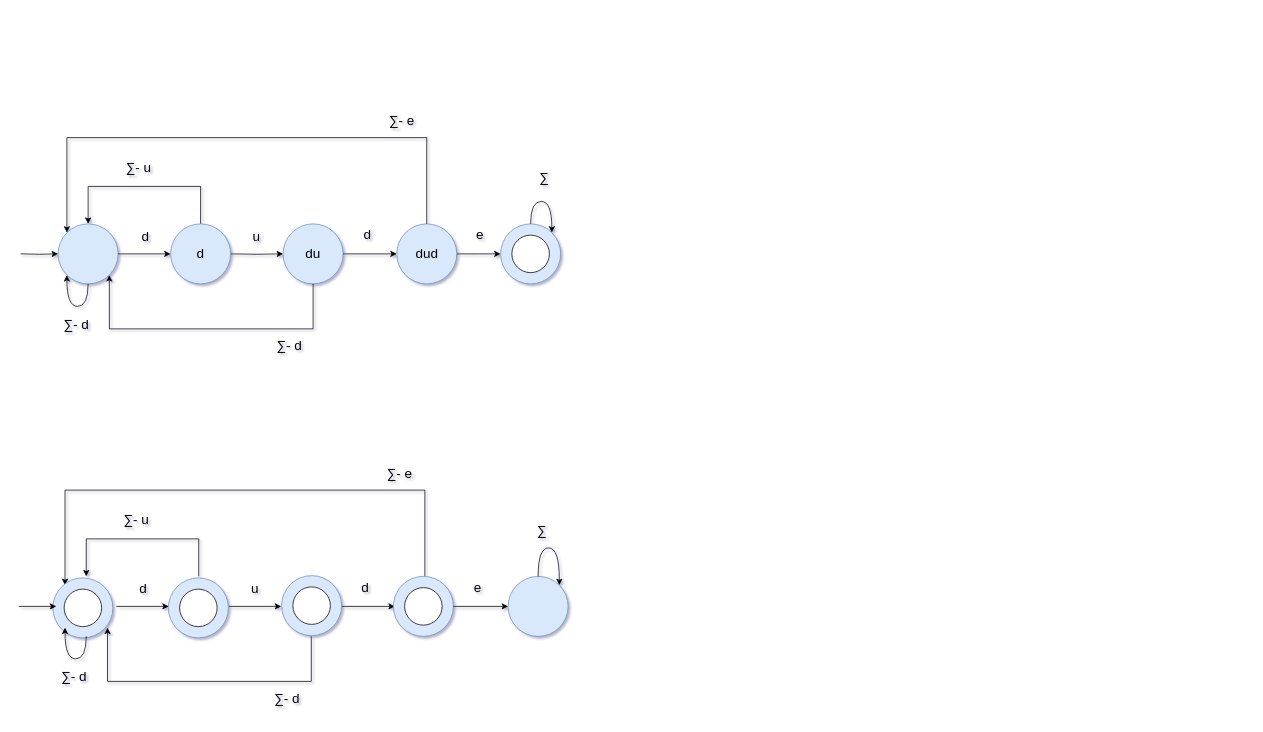
mohsenkamini/SBU_FLA keeps this draw.io diagram as HW3/diagrams.drawio. Above is the earlier version. Source tidied: cells renumbered, new cells numbered last; positions are measured from the earlier drawing's top-left corner, leaving out a move shared by most shapes. Both pictures are drawn from the tidied source at 75%, with x=0, y=0 at pixel (19, 104).
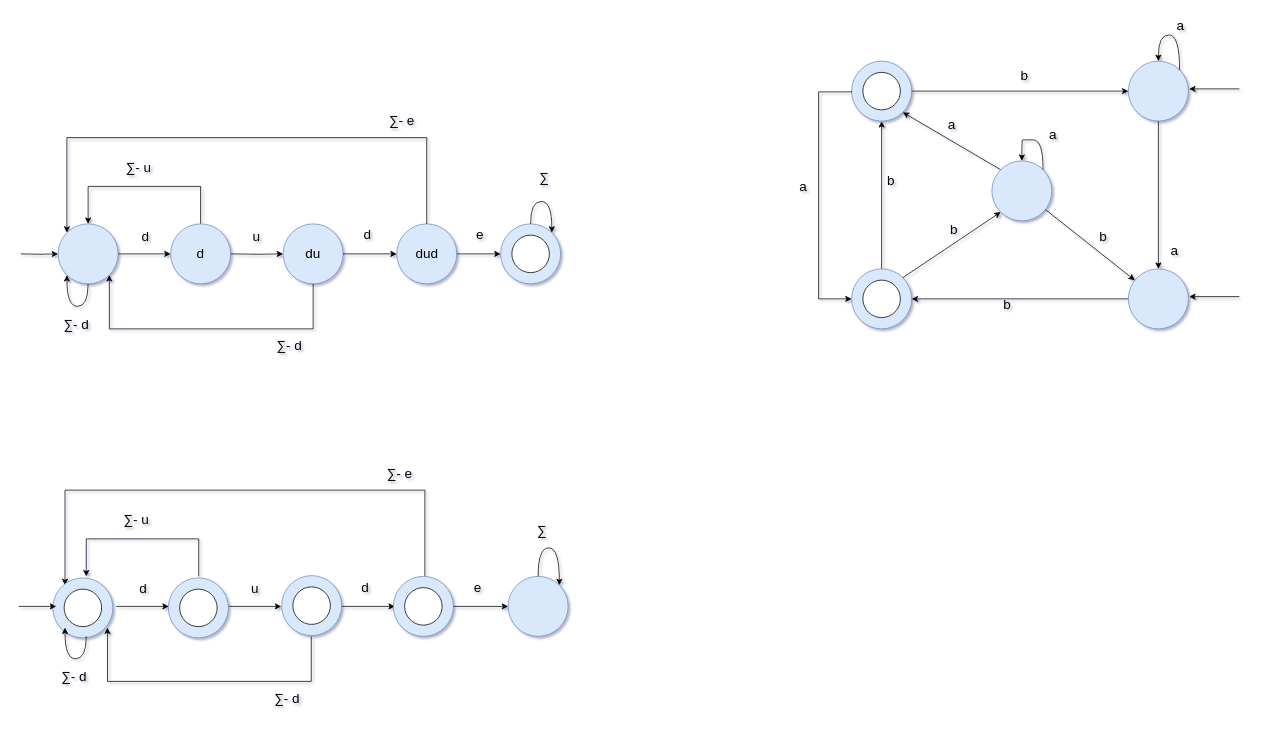
Above is the later version.

The edit, as a diff of the source:
```diff
@@
+    <mxCell id="62" style="edgeStyle=orthogonalEdgeStyle;rounded=0;jettySize=auto;html=1;exitX=1;exitY=0.5;exitDx=0;exitDy=0;" parent="1" edge="1" source="67" target="63">
+      <mxGeometry relative="1" as="geometry" />
+    </mxCell>
+    <mxCell id="63" style="ellipse;whiteSpace=wrap;html=1;hachureGap=4;fillColor=#dae8fc;strokeColor=#6c8ebf;rounded=0;fontSize=18;" parent="1" vertex="1">
+      <mxGeometry x="1479" y="-57" width="80" height="80" as="geometry" />
+    </mxCell>
+    <mxCell id="64" style="edgeStyle=orthogonalEdgeStyle;rounded=0;orthogonalLoop=1;jettySize=auto;html=1;fontSize=18;" parent="1" edge="1">
+      <mxGeometry relative="1" as="geometry">
+        <mxPoint x="1627" y="-20" as="sourcePoint" />
+        <mxPoint x="1560" y="-20" as="targetPoint" />
+      </mxGeometry>
+    </mxCell>
+    <mxCell id="65" style="rounded=0;jettySize=auto;html=1;exitX=0;exitY=0;exitDx=0;exitDy=0;entryX=1;entryY=1;entryDx=0;entryDy=0;" parent="1" edge="1" source="78" target="67">
+      <mxGeometry relative="1" as="geometry" />
+    </mxCell>
+    <mxCell id="66" style="edgeStyle=orthogonalEdgeStyle;rounded=0;jettySize=auto;html=1;exitX=0.5;exitY=0;exitDx=0;exitDy=0;" parent="1" edge="1" source="75" target="67">
+      <mxGeometry relative="1" as="geometry" />
+    </mxCell>
+    <mxCell id="67" style="ellipse;whiteSpace=wrap;html=1;hachureGap=4;fillColor=#dae8fc;strokeColor=#6c8ebf;rounded=0;fontSize=18;" parent="1" vertex="1">
+      <mxGeometry x="1110" y="-57" width="80" height="80" as="geometry" />
+    </mxCell>
+    <mxCell id="68" style="ellipse;whiteSpace=wrap;html=1;hachureGap=4;rounded=0;fontSize=18;" parent="1" vertex="1">
+      <mxGeometry x="1125" y="-42" width="50" height="50" as="geometry" />
+    </mxCell>
+    <mxCell id="69" style="rounded=0;jettySize=auto;html=1;" parent="1" edge="1" source="78" target="72">
+      <mxGeometry relative="1" as="geometry" />
+    </mxCell>
+    <mxCell id="70" style="edgeStyle=orthogonalEdgeStyle;rounded=0;jettySize=auto;html=1;" parent="1" edge="1" source="63" target="72">
+      <mxGeometry relative="1" as="geometry" />
+    </mxCell>
+    <mxCell id="71" style="edgeStyle=orthogonalEdgeStyle;rounded=0;jettySize=auto;html=1;fontFamily=Helvetica;fontSize=18;fontColor=default;" parent="1" edge="1" source="72" target="75">
+      <mxGeometry relative="1" as="geometry" />
+    </mxCell>
+    <mxCell id="72" style="ellipse;whiteSpace=wrap;html=1;hachureGap=4;fillColor=#dae8fc;strokeColor=#6c8ebf;rounded=0;fontSize=18;" parent="1" vertex="1">
+      <mxGeometry x="1479" y="220" width="80" height="80" as="geometry" />
+    </mxCell>
+    <mxCell id="73" style="edgeStyle=orthogonalEdgeStyle;rounded=0;orthogonalLoop=1;jettySize=auto;html=1;fontSize=18;" parent="1" edge="1">
+      <mxGeometry relative="1" as="geometry">
+        <mxPoint x="1627" y="257" as="sourcePoint" />
+        <mxPoint x="1560" y="257" as="targetPoint" />
+      </mxGeometry>
+    </mxCell>
+    <mxCell id="74" style="edgeStyle=orthogonalEdgeStyle;rounded=0;jettySize=auto;html=1;exitX=0;exitY=0.5;exitDx=0;exitDy=0;" parent="1" edge="1" source="67" target="75">
+      <mxGeometry relative="1" as="geometry">
+        <Array as="points">
+          <mxPoint x="1066" y="-16" />
+          <mxPoint x="1066" y="260" />
+        </Array>
+      </mxGeometry>
+    </mxCell>
+    <mxCell id="75" style="ellipse;whiteSpace=wrap;html=1;hachureGap=4;fillColor=#dae8fc;strokeColor=#6c8ebf;rounded=0;fontSize=18;" parent="1" vertex="1">
+      <mxGeometry x="1110" y="220" width="80" height="80" as="geometry" />
+    </mxCell>
+    <mxCell id="76" style="ellipse;whiteSpace=wrap;html=1;hachureGap=4;rounded=0;fontSize=18;" parent="1" vertex="1">
+      <mxGeometry x="1125" y="235" width="50" height="50" as="geometry" />
+    </mxCell>
+    <mxCell id="77" style="rounded=0;jettySize=auto;html=1;exitX=1;exitY=0;exitDx=0;exitDy=0;entryX=0;entryY=1;entryDx=0;entryDy=0;" parent="1" edge="1" source="75" target="78">
+      <mxGeometry relative="1" as="geometry" />
+    </mxCell>
+    <mxCell id="78" style="ellipse;whiteSpace=wrap;html=1;hachureGap=4;fillColor=#dae8fc;strokeColor=#6c8ebf;rounded=0;fontSize=18;" parent="1" vertex="1">
+      <mxGeometry x="1297" y="76" width="80" height="80" as="geometry" />
+    </mxCell>
+    <mxCell id="79" style="edgeStyle=orthogonalEdgeStyle;rounded=0;orthogonalLoop=1;jettySize=auto;html=1;exitX=1;exitY=0;exitDx=0;exitDy=0;entryX=0.5;entryY=0;entryDx=0;entryDy=0;curved=1;" parent="1" edge="1" source="78" target="78">
+      <mxGeometry relative="1" as="geometry">
+        <Array as="points">
+          <mxPoint x="1339" y="48" />
+          <mxPoint x="1311" y="48" />
+        </Array>
+      </mxGeometry>
+    </mxCell>
+    <mxCell id="80" style="edgeStyle=orthogonalEdgeStyle;rounded=0;orthogonalLoop=1;jettySize=auto;html=1;exitX=1;exitY=0;exitDx=0;exitDy=0;entryX=0.5;entryY=0;entryDx=0;entryDy=0;curved=1;" parent="1" edge="1" source="63" target="63">
+      <mxGeometry relative="1" as="geometry">
+        <Array as="points">
+          <mxPoint x="1547" y="-92" />
+          <mxPoint x="1519" y="-92" />
+        </Array>
+      </mxGeometry>
+    </mxCell>
+    <mxCell id="81" value="&lt;h2&gt;&lt;span style=&quot;font-weight: normal;&quot;&gt;b&lt;/span&gt;&lt;/h2&gt;" style="text;html=1;align=center;verticalAlign=middle;strokeColor=none;fillColor=none;fontFamily=Helvetica;fontSize=12;fontColor=default;" parent="1" vertex="1">
+      <mxGeometry x="1431" y="145" width="28" height="63" as="geometry" />
+    </mxCell>
+    <mxCell id="82" value="a" style="text;html=1;align=center;verticalAlign=middle;strokeColor=none;fillColor=none;fontFamily=Helvetica;fontSize=18;fontColor=default;" parent="1" vertex="1">
+      <mxGeometry x="1364" y="24" width="28" height="34" as="geometry" />
+    </mxCell>
+    <mxCell id="83" value="a" style="text;html=1;align=center;verticalAlign=middle;strokeColor=none;fillColor=none;fontFamily=Helvetica;fontSize=18;fontColor=default;" parent="1" vertex="1">
+      <mxGeometry x="1526" y="179" width="28" height="34" as="geometry" />
+    </mxCell>
+    <mxCell id="84" value="a" style="text;html=1;align=center;verticalAlign=middle;strokeColor=none;fillColor=none;fontFamily=Helvetica;fontSize=18;fontColor=default;" parent="1" vertex="1">
+      <mxGeometry x="1534" y="-121" width="28" height="34" as="geometry" />
+    </mxCell>
+    <mxCell id="85" value="b" style="text;html=1;align=center;verticalAlign=middle;strokeColor=none;fillColor=none;fontFamily=Helvetica;fontSize=18;fontColor=default;" parent="1" vertex="1">
+      <mxGeometry x="1326" y="-54" width="28" height="34" as="geometry" />
+    </mxCell>
+    <mxCell id="86" value="a" style="text;html=1;align=center;verticalAlign=middle;strokeColor=none;fillColor=none;fontFamily=Helvetica;fontSize=18;fontColor=default;" parent="1" vertex="1">
+      <mxGeometry x="1229" y="11" width="28" height="34" as="geometry" />
+    </mxCell>
+    <mxCell id="87" value="b" style="text;html=1;align=center;verticalAlign=middle;strokeColor=none;fillColor=none;fontFamily=Helvetica;fontSize=18;fontColor=default;" parent="1" vertex="1">
+      <mxGeometry x="1232" y="151" width="28" height="34" as="geometry" />
+    </mxCell>
+    <mxCell id="88" value="b" style="text;html=1;align=center;verticalAlign=middle;strokeColor=none;fillColor=none;fontFamily=Helvetica;fontSize=18;fontColor=default;" parent="1" vertex="1">
+      <mxGeometry x="1148" y="86" width="28" height="34" as="geometry" />
+    </mxCell>
+    <mxCell id="89" value="a" style="text;html=1;align=center;verticalAlign=middle;strokeColor=none;fillColor=none;fontFamily=Helvetica;fontSize=18;fontColor=default;" parent="1" vertex="1">
+      <mxGeometry x="1031" y="94" width="28" height="34" as="geometry" />
+    </mxCell>
+    <mxCell id="90" value="b" style="text;html=1;align=center;verticalAlign=middle;strokeColor=none;fillColor=none;fontFamily=Helvetica;fontSize=18;fontColor=default;" parent="1" vertex="1">
+      <mxGeometry x="1303" y="251" width="28" height="34" as="geometry" />
+    </mxCell>
```
